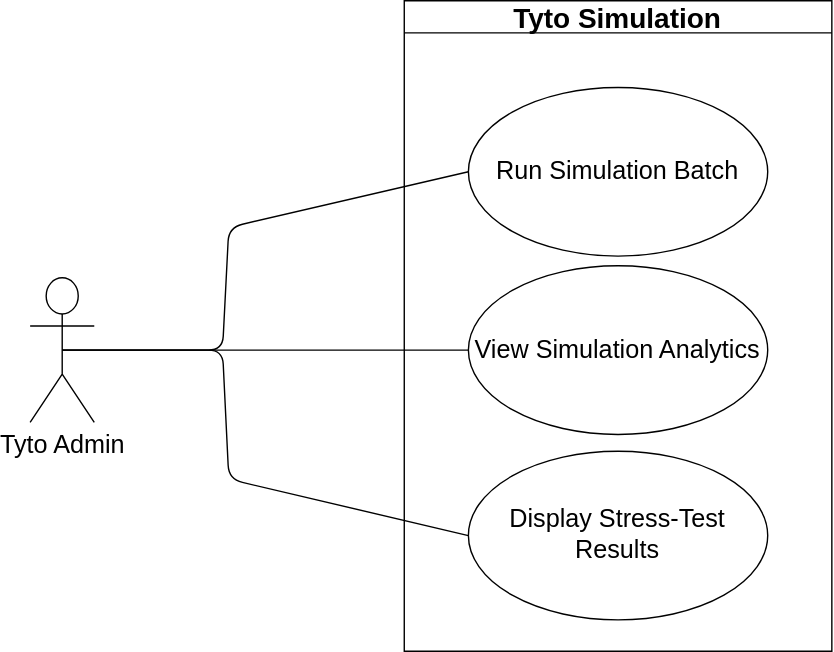
COS301-SE-2026/UMTAS keeps this draw.io diagram as docs/diagrams/requirements/Tyto_Simulation.svg. Above is the earlier version. Source tidied: cells renumbered, new cells last; positions are measured from the earlier drawing's top-left corner, leaving out a move shared by most shapes.
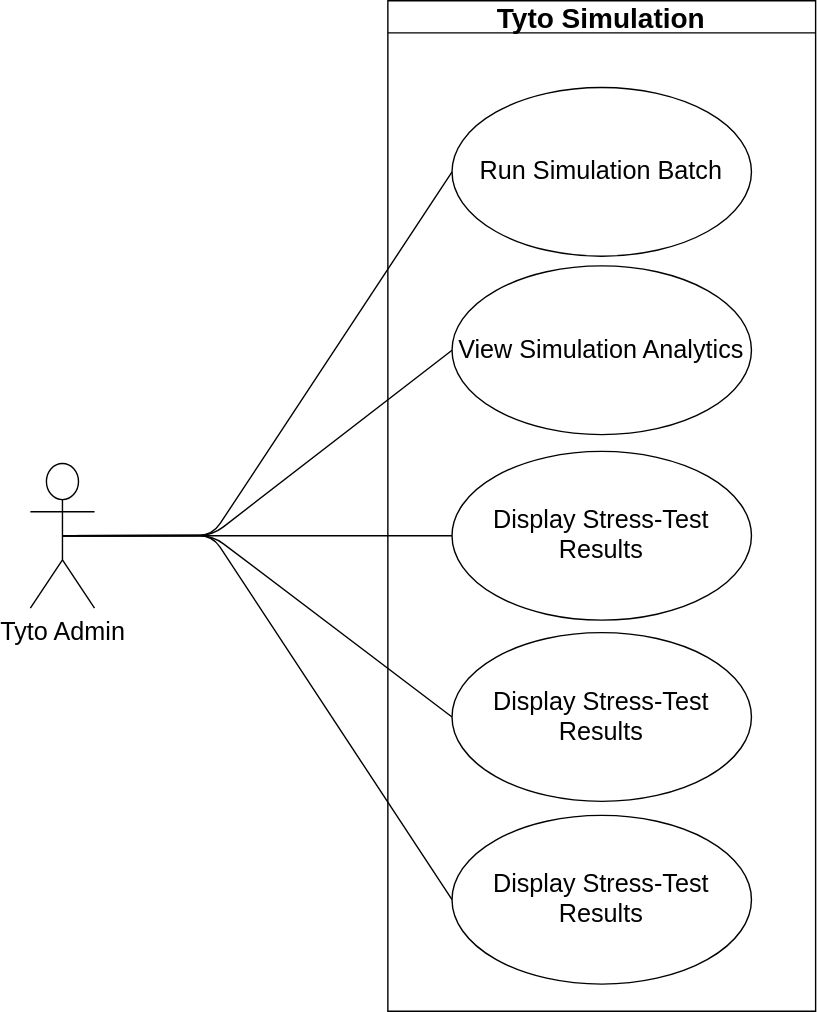
After the change.

The edit, as a diff of the source:
```diff
@@ -2,11 +2,8 @@
   <root>
     <mxCell id="0" />
     <mxCell id="1" parent="0" />
-    <mxCell id="2" style="group;" parent="1" vertex="1">
-      <mxGeometry width="573" height="465" as="geometry" />
-    </mxCell>
-    <mxCell id="3" value="&lt;font style=&quot;font-size: 20px;&quot;&gt;Tyto Simulation&lt;/font&gt;" style="swimlane;whiteSpace=wrap;html=1;" parent="2" vertex="1">
-      <mxGeometry x="267.4" width="305.6" height="465" as="geometry" />
+    <mxCell id="3" value="&lt;font style=&quot;font-size: 20px;&quot;&gt;Tyto Simulation&lt;/font&gt;" style="swimlane;whiteSpace=wrap;html=1;" parent="1" vertex="1">
+      <mxGeometry x="267.4" width="305.6" height="722" as="geometry" />
     </mxCell>
     <mxCell id="4" value="&lt;font style=&quot;font-size: 18px;&quot;&gt;Run Simulation Batch&lt;/font&gt;" style="ellipse;whiteSpace=wrap;html=1;" parent="3" vertex="1">
       <mxGeometry x="45.8" y="62" width="213.9" height="120.6" as="geometry" />
@@ -17,27 +14,45 @@
     <mxCell id="6" value="&lt;font style=&quot;font-size: 18px;&quot;&gt;View Simulation Analytics&lt;/font&gt;" style="ellipse;whiteSpace=wrap;html=1;" parent="3" vertex="1">
       <mxGeometry x="45.8" y="189.4" width="213.9" height="120.6" as="geometry" />
     </mxCell>
+    <mxCell id="11" value="&lt;font style=&quot;font-size: 18px;&quot;&gt;Display Stress-Test Results&lt;/font&gt;" style="ellipse;whiteSpace=wrap;html=1;" parent="3" vertex="1">
+      <mxGeometry x="45.8" y="582" width="213.9" height="120.6" as="geometry" />
+    </mxCell>
+    <mxCell id="12" value="&lt;font style=&quot;font-size: 18px;&quot;&gt;Display Stress-Test Results&lt;/font&gt;" style="ellipse;whiteSpace=wrap;html=1;" parent="3" vertex="1">
+      <mxGeometry x="45.8" y="451.4" width="213.9" height="120.6" as="geometry" />
+    </mxCell>
-    <mxCell id="7" value="&lt;font style=&quot;font-size: 18px;&quot;&gt;Tyto Admin&lt;/font&gt;" style="shape=umlActor;verticalLabelPosition=bottom;verticalAlign=top;html=1;" parent="2" vertex="1">
-      <mxGeometry y="198.1" width="45.8" height="103.3" as="geometry" />
+    <mxCell id="7" value="&lt;font style=&quot;font-size: 18px;&quot;&gt;Tyto Admin&lt;/font&gt;" style="shape=umlActor;verticalLabelPosition=bottom;verticalAlign=top;html=1;" parent="1" vertex="1">
+      <mxGeometry x="12" y="330.6" width="45.8" height="103.3" as="geometry" />
     </mxCell>
-    <mxCell id="8" style="endArrow=none;html=1;exitX=0.5;exitY=0.5;exitDx=0;exitDy=0;exitPerimeter=0;entryX=0;entryY=0.5;entryDx=0;entryDy=0;" parent="2" edge="1" source="7" target="6">
-      <mxGeometry relative="1" as="geometry" />
+    <mxCell id="8" style="endArrow=none;html=1;exitX=0.5;exitY=0.5;exitDx=0;exitDy=0;exitPerimeter=0;entryX=0;entryY=0.5;entryDx=0;entryDy=0;" parent="1" edge="1" source="7" target="6">
+      <mxGeometry relative="1" as="geometry">
+        <Array as="points">
+          <mxPoint x="142" y="382" />
+        </Array>
+      </mxGeometry>
     </mxCell>
-    <mxCell id="9" style="endArrow=none;html=1;exitX=0.5;exitY=0.5;exitDx=0;exitDy=0;exitPerimeter=0;entryX=0;entryY=0.5;entryDx=0;entryDy=0;" parent="2" edge="1" source="7" target="4">
+    <mxCell id="9" style="endArrow=none;html=1;exitX=0.5;exitY=0.5;exitDx=0;exitDy=0;exitPerimeter=0;entryX=0;entryY=0.5;entryDx=0;entryDy=0;" parent="1" edge="1" source="7" target="4">
       <mxGeometry relative="1" as="geometry">
         <Array as="points">
-          <mxPoint x="137.5" y="249.7" />
-          <mxPoint x="142" y="162" />
+          <mxPoint x="142" y="382" />
         </Array>
       </mxGeometry>
     </mxCell>
-    <mxCell id="10" style="endArrow=none;html=1;exitX=0.5;exitY=0.5;exitDx=0;exitDy=0;exitPerimeter=0;entryX=0;entryY=0.5;entryDx=0;entryDy=0;" parent="2" edge="1" source="7" target="5">
-      <mxGeometry relative="1" as="geometry">
-        <Array as="points">
-          <mxPoint x="137.5" y="249.7" />
-          <mxPoint x="142" y="342" />
-        </Array>
-      </mxGeometry>
+    <mxCell id="10" style="endArrow=none;html=1;exitX=0.5;exitY=0.5;exitDx=0;exitDy=0;exitPerimeter=0;entryX=0;entryY=0.5;entryDx=0;entryDy=0;" parent="1" edge="1" source="7" target="5">
+      <mxGeometry relative="1" as="geometry" />
     </mxCell>
+    <mxCell id="13" style="endArrow=none;html=1;exitX=0.5;exitY=0.5;exitDx=0;exitDy=0;exitPerimeter=0;entryX=0;entryY=0.5;entryDx=0;entryDy=0;" parent="1" edge="1" source="7" target="12">
+      <mxGeometry relative="1" as="geometry">
+        <Array as="points">
+          <mxPoint x="142" y="382" />
+        </Array>
+      </mxGeometry>
+    </mxCell>
+    <mxCell id="14" style="endArrow=none;html=1;exitX=0.5;exitY=0.5;exitDx=0;exitDy=0;exitPerimeter=0;entryX=0;entryY=0.5;entryDx=0;entryDy=0;" parent="1" edge="1" source="7" target="11">
+      <mxGeometry relative="1" as="geometry">
+        <Array as="points">
+          <mxPoint x="142" y="382" />
+        </Array>
+      </mxGeometry>
+    </mxCell>
   </root>
 </mxGraphModel>
```
